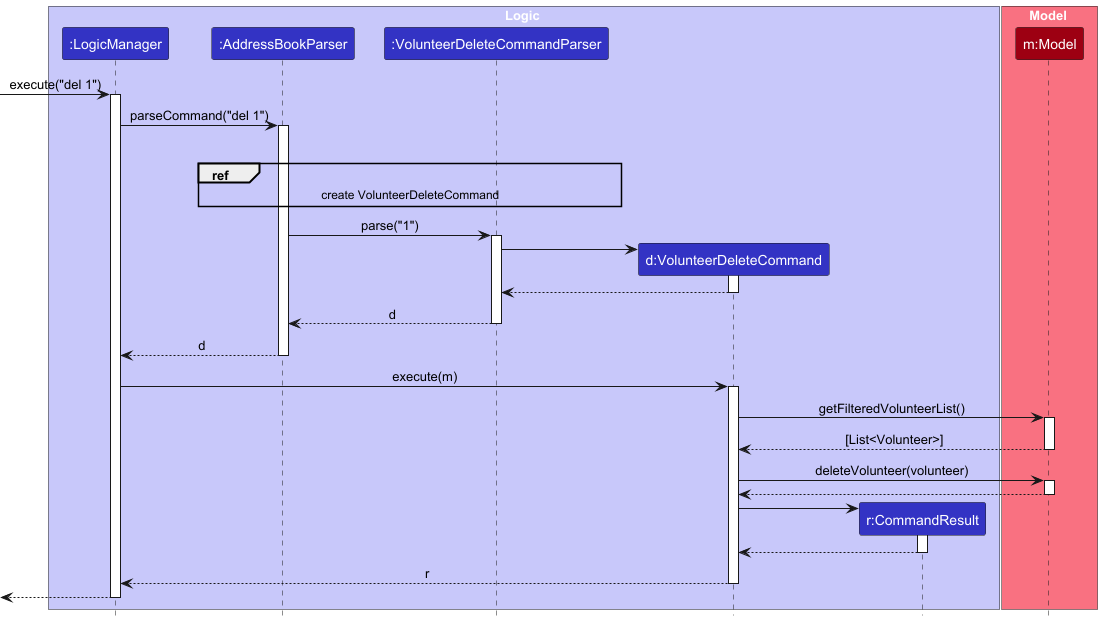
This is docs/images/DeleteVolunteerSequenceDiagram.png from nus-cs2103-AY2425S1/tp, a PlantUML export, as it was before one commit. Its diagram source:
```plantuml
@startuml
!include style.puml
skinparam ArrowFontStyle plain

box Logic LOGIC_COLOR_T1
participant ":LogicManager" as LogicManager LOGIC_COLOR
participant ":AddressBookParser" as AddressBookParser LOGIC_COLOR
participant ":VolunteerDeleteCommandParser" as VolunteerDeleteCommandParser LOGIC_COLOR
participant "d:VolunteerDeleteCommand" as VolunteerDeleteCommand LOGIC_COLOR
participant "r:CommandResult" as CommandResult LOGIC_COLOR
end box

box Model MODEL_COLOR_T1
participant "m:Model" as Model MODEL_COLOR
end box

[-> LogicManager : execute("del 1")
activate LogicManager

LogicManager -> AddressBookParser : parseCommand("del 1")
activate AddressBookParser

ref over AddressBookParser, VolunteerDeleteCommandParser : create VolunteerDeleteCommand

deactivate VolunteerDeleteCommandParser

AddressBookParser -> VolunteerDeleteCommandParser : parse("1")
activate VolunteerDeleteCommandParser

create VolunteerDeleteCommand
VolunteerDeleteCommandParser -> VolunteerDeleteCommand
activate VolunteerDeleteCommand

VolunteerDeleteCommand --> VolunteerDeleteCommandParser
deactivate VolunteerDeleteCommand

VolunteerDeleteCommandParser --> AddressBookParser : d
deactivate VolunteerDeleteCommandParser

AddressBookParser --> LogicManager : d
deactivate AddressBookParser

LogicManager -> VolunteerDeleteCommand : execute(m)
activate VolunteerDeleteCommand

VolunteerDeleteCommand -> Model : getFilteredVolunteerList()
activate Model

Model --> VolunteerDeleteCommand : [List<Volunteer>]
deactivate Model

VolunteerDeleteCommand -> Model : deleteVolunteer(volunteer)
activate Model

Model --> VolunteerDeleteCommand
deactivate Model

create CommandResult
VolunteerDeleteCommand -> CommandResult
activate CommandResult

CommandResult --> VolunteerDeleteCommand
deactivate CommandResult

VolunteerDeleteCommand --> LogicManager : r
deactivate VolunteerDeleteCommand

[<-- LogicManager
deactivate LogicManager
@enduml
```
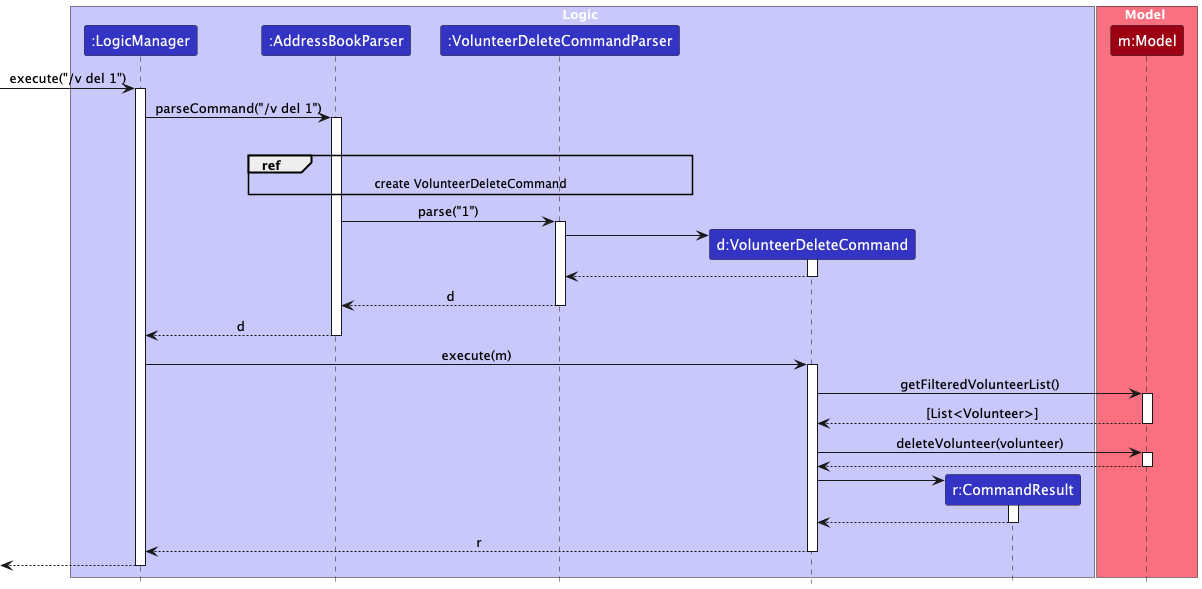
After the change.

Commit message:
Update Sequence Diagram Image

Change to the diagram source:
```diff
@@ -14,10 +14,10 @@
 participant "m:Model" as Model MODEL_COLOR
 end box
 
-[-> LogicManager : execute("del 1")
+[-> LogicManager : execute("/v del 1")
 activate LogicManager
 
-LogicManager -> AddressBookParser : parseCommand("del 1")
+LogicManager -> AddressBookParser : parseCommand("/v del 1")
 activate AddressBookParser
 
 ref over AddressBookParser, VolunteerDeleteCommandParser : create VolunteerDeleteCommand
```
